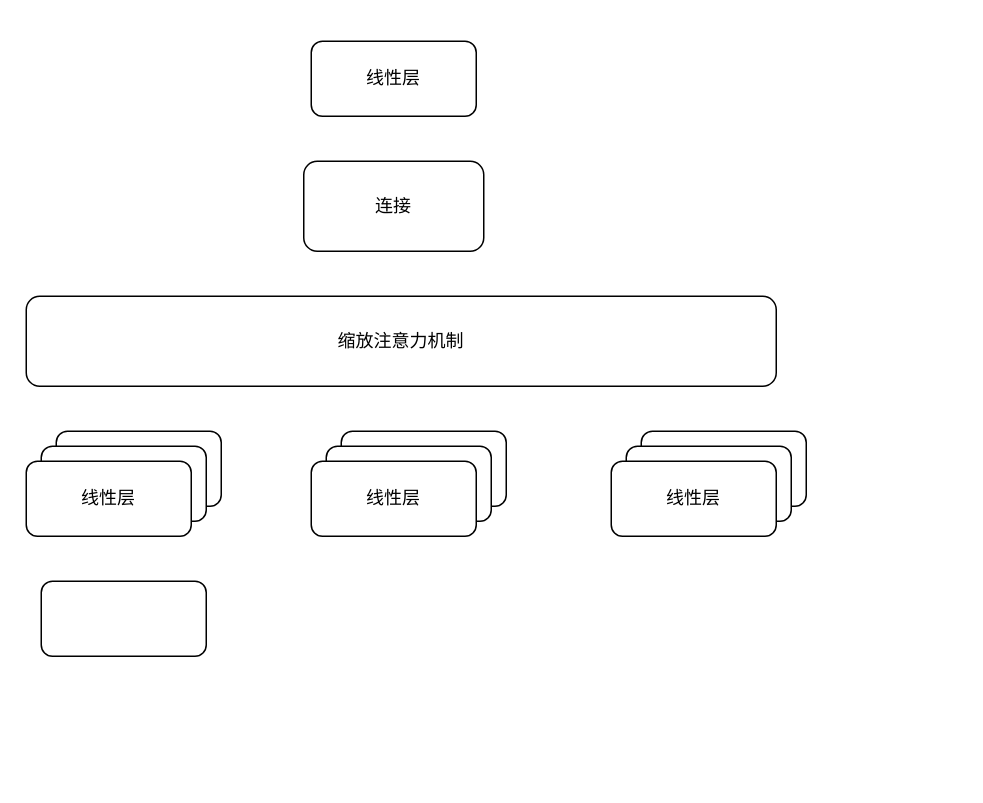
This is test.drawio from infiniteaim/Repository-from-Anonus, a draw.io file, before an edit. Source tidied: cells renumbered, new cells numbered last; positions are measured from the earlier drawing's top-left corner, leaving out a move shared by most shapes. Both pictures are drawn from the tidied source at 150%, with x=0, y=0 at pixel (26, 40).
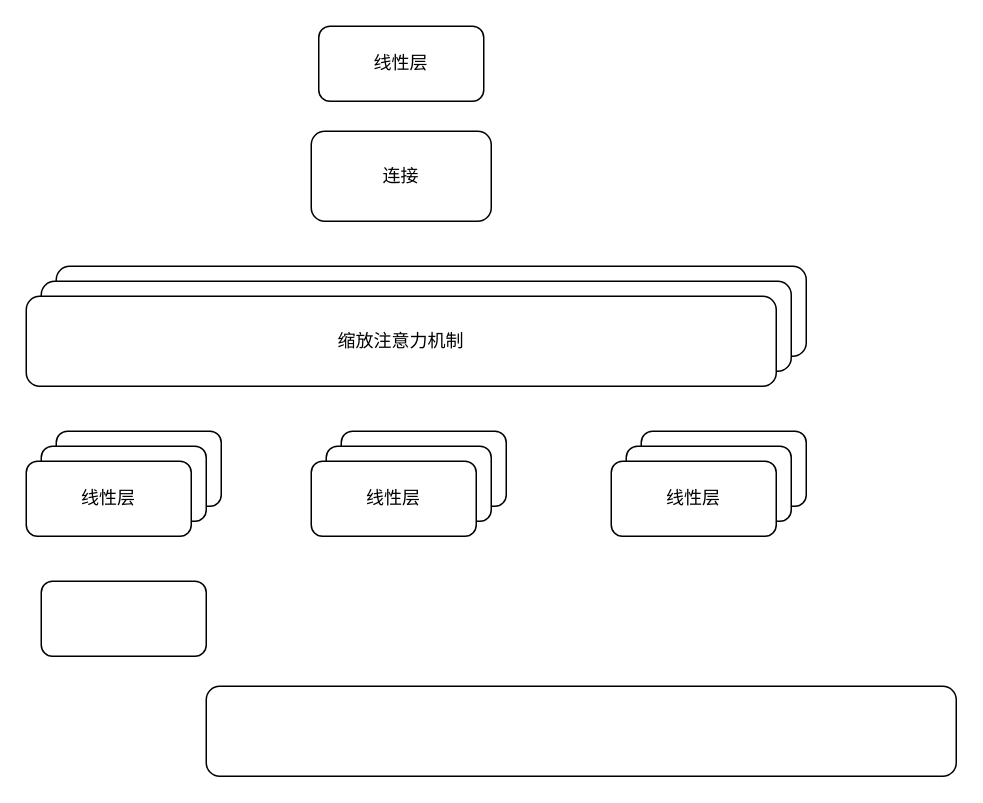
After the change.

The edit, as a diff of the source:
```diff
@@
 <mxGraphModel>
   <root>
     <mxCell id="0" />
     <mxCell id="1" parent="0" />
+    <mxCell id="15" style="rounded=1;whiteSpace=wrap;html=1;" parent="1" vertex="1">
+      <mxGeometry x="20" y="150" width="500" height="60" as="geometry" />
+    </mxCell>
+    <mxCell id="16" style="rounded=1;whiteSpace=wrap;html=1;" parent="1" vertex="1">
+      <mxGeometry x="10" y="160" width="500" height="60" as="geometry" />
+    </mxCell>
     <mxCell id="2" style="rounded=1;whiteSpace=wrap;html=1;" parent="1" vertex="1">
       <mxGeometry x="20" y="260" width="110" height="50" as="geometry" />
     </mxCell>
     <mxCell id="3" style="rounded=1;whiteSpace=wrap;html=1;" parent="1" vertex="1">
       <mxGeometry x="10" y="270" width="110" height="50" as="geometry" />
     </mxCell>
     <mxCell id="4" value="线性层" style="rounded=1;whiteSpace=wrap;html=1;" parent="1" vertex="1">
       <mxGeometry y="280" width="110" height="50" as="geometry" />
     </mxCell>
     <mxCell id="5" value="缩放注意力机制" style="rounded=1;whiteSpace=wrap;html=1;" parent="1" vertex="1">
       <mxGeometry y="170" width="500" height="60" as="geometry" />
     </mxCell>
     <mxCell id="6" value="连接" style="rounded=1;whiteSpace=wrap;html=1;" parent="1" vertex="1">
-      <mxGeometry x="185" y="80" width="120" height="60" as="geometry" />
+      <mxGeometry x="190" y="60" width="120" height="60" as="geometry" />
     </mxCell>
     <mxCell id="7" value="线性层" style="rounded=1;whiteSpace=wrap;html=1;" parent="1" vertex="1">
-      <mxGeometry x="190" width="110" height="50" as="geometry" />
+      <mxGeometry x="195" y="-10" width="110" height="50" as="geometry" />
     </mxCell>
     <mxCell id="8" style="rounded=1;whiteSpace=wrap;html=1;" parent="1" vertex="1">
       <mxGeometry x="10" y="360" width="110" height="50" as="geometry" />
     </mxCell>
     <mxCell id="9" style="rounded=1;whiteSpace=wrap;html=1;" parent="1" vertex="1">
       <mxGeometry x="210" y="260" width="110" height="50" as="geometry" />
     </mxCell>
     <mxCell id="10" style="rounded=1;whiteSpace=wrap;html=1;" parent="1" vertex="1">
       <mxGeometry x="200" y="270" width="110" height="50" as="geometry" />
     </mxCell>
     <mxCell id="11" value="线性层" style="rounded=1;whiteSpace=wrap;html=1;" parent="1" vertex="1">
       <mxGeometry x="190" y="280" width="110" height="50" as="geometry" />
     </mxCell>
     <mxCell id="12" style="rounded=1;whiteSpace=wrap;html=1;" parent="1" vertex="1">
       <mxGeometry x="410" y="260" width="110" height="50" as="geometry" />
     </mxCell>
     <mxCell id="13" style="rounded=1;whiteSpace=wrap;html=1;" parent="1" vertex="1">
       <mxGeometry x="400" y="270" width="110" height="50" as="geometry" />
     </mxCell>
     <mxCell id="14" value="线性层" style="rounded=1;whiteSpace=wrap;html=1;" parent="1" vertex="1">
       <mxGeometry x="390" y="280" width="110" height="50" as="geometry" />
     </mxCell>
+    <mxCell id="17" style="rounded=1;whiteSpace=wrap;html=1;" parent="1" vertex="1">
+      <mxGeometry x="120" y="430" width="500" height="60" as="geometry" />
+    </mxCell>
   </root>
 </mxGraphModel>
```
